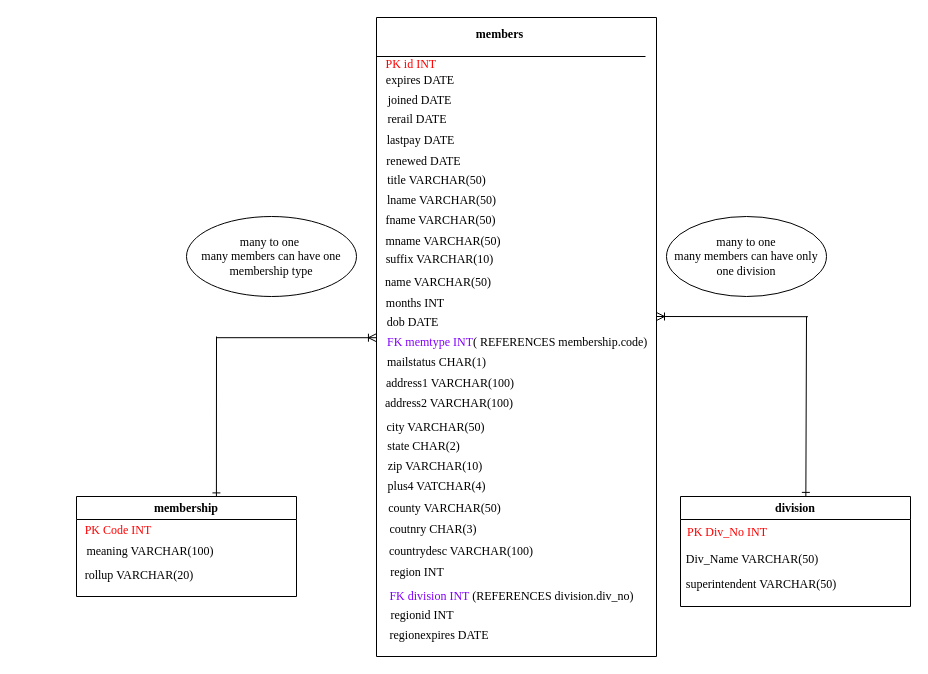
angelikakasia/SQL keeps this draw.io diagram as ProjectNMRA.SER.drawio. Above is the earlier version. Source tidied: cells renumbered, new cells numbered last; positions are measured from the earlier drawing's top-left corner, leaving out a move shared by most shapes. Both pictures are drawn from the tidied source at 100%, with x=0, y=0 at pixel (17, 17).
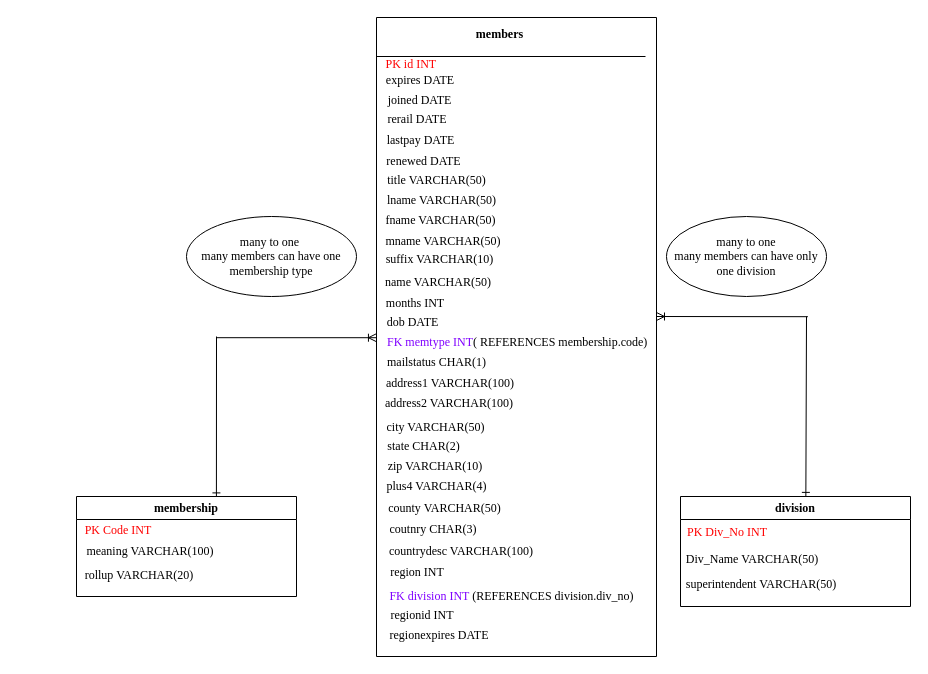
Above is the later version.

Unchanged cells that the change refers to:
```xml
<mxCell id="2" style="swimlane;startSize=0;fontFamily=Times New Roman;" parent="1" vertex="1">
  <mxGeometry x="359" width="280" height="639" as="geometry" />
</mxCell>
```

Diff of the diagram source:
```diff
@@
-    <mxCell id="30" value="&lt;font face=&quot;Times New Roman&quot;&gt;plus4 VATCHAR(4)&lt;br&gt;&lt;/font&gt;" style="text;html=1;align=center;verticalAlign=middle;whiteSpace=wrap;rounded=0;" parent="2" vertex="1">
+    <mxCell id="30" value="&lt;font face=&quot;Times New Roman&quot;&gt;plus4 VARCHAR(4)&lt;br&gt;&lt;/font&gt;" style="text;html=1;align=center;verticalAlign=middle;whiteSpace=wrap;rounded=0;" parent="2" vertex="1">
       <mxGeometry x="-1" y="454" width="123" height="30" as="geometry" />
     </mxCell>
```
